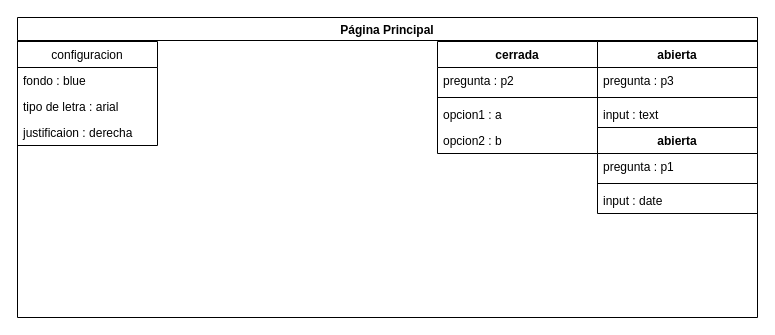
Above: Proyecto_Tedecoco.drawio.xml in joscanoga/tedecoco (draw.io), before the change. Source tidied: cells renumbered, new cells numbered last; positions are measured from the earlier drawing's top-left corner, leaving out a move shared by most shapes. Both pictures are drawn from the tidied source at 100%, with x=0, y=0 at pixel (17, 17).
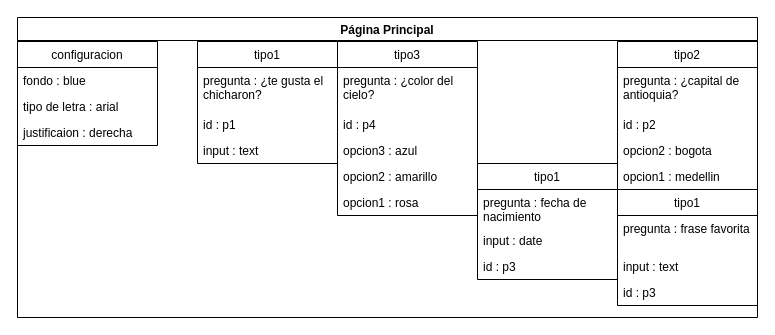
The same diagram, later.

Unchanged cells that the change refers to:
```xml
<mxCell id="2" value="Página Principal" style="swimlane;" parent="1" vertex="1">
  <mxGeometry width="740" height="300" as="geometry" />
</mxCell>
```

What changed in the source:
```diff
@@
-    <mxCell id="3" value="abierta" style="swimlane;fontStyle=1;align=center;verticalAlign=top;horizontal=1;startSize=26;" parent="2" vertex="1">
-      <mxGeometry x="580" y="24" width="160" height="86" as="geometry" />
-    </mxCell>
-    <mxCell id="4" value="pregunta : p3 " style="text;strokeColor=none;fillColor=none;align=left;verticalAlign=top;spacingLeft=4;spacingRight=4;overflow=hidden;" parent="3" vertex="1">
-      <mxGeometry y="26" width="160" height="26" as="geometry" />
-    </mxCell>
-    <mxCell id="5" style="line;strokeWidth=1;fillColor=none;align=left;verticalAlign=middle;spacingTop=-1;spacingLeft=3;spacingRight=3;labelPosition=right;" parent="3" vertex="1">
-      <mxGeometry y="52" width="160" height="8" as="geometry" />
-    </mxCell>
-    <mxCell id="6" value="input : text" style="text;strokeColor=none;fillColor=none;align=left;verticalAlign=top;spacingLeft=4;spacingRight=4;overflow=hidden;" parent="3" vertex="1">
-      <mxGeometry y="60" width="160" height="26" as="geometry" />
-    </mxCell>
@@
-    <mxCell id="11" value="cerrada" style="swimlane;fontStyle=1;align=center;verticalAlign=top;horizontal=1;startSize=26;" parent="2" vertex="1">
-      <mxGeometry x="420" y="24" width="160" height="112" as="geometry" />
-    </mxCell>
+    <mxCell id="20" value="tipo2" style="swimlane;fontStyle=0;horizontal=1;startSize=26;fillColor=none;labelBorderColor=none;html=0;" parent="2" vertex="1">
+      <mxGeometry x="600" y="24" width="140" height="148" as="geometry" />
+    </mxCell>
-    <mxCell id="12" value="pregunta : p2" style="text;strokeColor=none;fillColor=none;align=left;verticalAlign=top;spacingLeft=4;spacingRight=4;overflow=hidden;" parent="11" vertex="1">
-      <mxGeometry y="26" width="160" height="26" as="geometry" />
+    <mxCell id="12" value="pregunta : ¿capital de antioquia?" style="text;strokeColor=none;fillColor=none;align=left;verticalAlign=top;spacingLeft=4;spacingRight=4;overflow=hidden;labelBorderColor=none;whiteSpace=wrap;" parent="20" vertex="1">
+      <mxGeometry y="26" width="140" height="44" as="geometry" />
     </mxCell>
-    <mxCell id="13" style="line;strokeWidth=1;fillColor=none;align=left;verticalAlign=middle;spacingTop=-1;spacingLeft=3;spacingRight=3;labelPosition=right;" parent="11" vertex="1">
-      <mxGeometry y="52" width="160" height="8" as="geometry" />
-    </mxCell>
+    <mxCell id="21" value="id : p2" style="text;strokeColor=none;fillColor=none;align=left;verticalAlign=top;spacingLeft=4;spacingRight=4;overflow=hidden;" parent="20" vertex="1">
+      <mxGeometry y="70" width="140" height="26" as="geometry" />
+    </mxCell>
+    <mxCell id="15" value="opcion2 : bogota" style="text;strokeColor=none;fillColor=none;align=left;verticalAlign=top;spacingLeft=4;spacingRight=4;overflow=hidden;" parent="20" vertex="1">
+      <mxGeometry y="96" width="140" height="26" as="geometry" />
+    </mxCell>
-    <mxCell id="14" value="opcion1 : a" style="text;strokeColor=none;fillColor=none;align=left;verticalAlign=top;spacingLeft=4;spacingRight=4;overflow=hidden;" parent="11" vertex="1">
-      <mxGeometry y="60" width="160" height="26" as="geometry" />
+    <mxCell id="14" value="opcion1 : medellin" style="text;strokeColor=none;fillColor=none;align=left;verticalAlign=top;spacingLeft=4;spacingRight=4;overflow=hidden;" parent="20" vertex="1">
+      <mxGeometry y="122" width="140" height="26" as="geometry" />
     </mxCell>
-    <mxCell id="15" value="opcion2 : b" style="text;strokeColor=none;fillColor=none;align=left;verticalAlign=top;spacingLeft=4;spacingRight=4;overflow=hidden;" parent="11" vertex="1">
-      <mxGeometry y="86" width="160" height="26" as="geometry" />
-    </mxCell>
-    <mxCell id="16" value="abierta" style="swimlane;fontStyle=1;align=center;verticalAlign=top;horizontal=1;startSize=26;" parent="2" vertex="1">
-      <mxGeometry x="580" y="110" width="160" height="86" as="geometry" />
-    </mxCell>
+    <mxCell id="22" value="tipo1" style="swimlane;fontStyle=0;horizontal=1;startSize=26;fillColor=none;labelBorderColor=none;html=0;" parent="2" vertex="1">
+      <mxGeometry x="180" y="24" width="140" height="122" as="geometry" />
+    </mxCell>
+    <mxCell id="4" value="pregunta : ¿te gusta el chicharon?" style="text;strokeColor=none;fillColor=none;align=left;verticalAlign=top;spacingLeft=4;spacingRight=4;overflow=hidden;whiteSpace=wrap;" parent="22" vertex="1">
+      <mxGeometry y="26" width="140" height="44" as="geometry" />
+    </mxCell>
+    <mxCell id="23" value="id : p1" style="text;strokeColor=none;fillColor=none;align=left;verticalAlign=top;spacingLeft=4;spacingRight=4;overflow=hidden;" parent="22" vertex="1">
+      <mxGeometry y="70" width="140" height="26" as="geometry" />
+    </mxCell>
+    <mxCell id="6" value="input : text" style="text;strokeColor=none;fillColor=none;align=left;verticalAlign=top;spacingLeft=4;spacingRight=4;overflow=hidden;" parent="22" vertex="1">
+      <mxGeometry y="96" width="140" height="26" as="geometry" />
+    </mxCell>
+    <mxCell id="24" value="tipo1" style="swimlane;fontStyle=0;horizontal=1;startSize=26;fillColor=none;labelBorderColor=none;html=0;" parent="2" vertex="1">
+      <mxGeometry x="460" y="146" width="140" height="116" as="geometry" />
+    </mxCell>
-    <mxCell id="17" value="pregunta :  p1" style="text;strokeColor=none;fillColor=none;align=left;verticalAlign=top;spacingLeft=4;spacingRight=4;overflow=hidden;" parent="16" vertex="1">
-      <mxGeometry y="26" width="160" height="26" as="geometry" />
+    <mxCell id="17" value="pregunta :  fecha de nacimiento" style="text;strokeColor=none;fillColor=none;align=left;verticalAlign=top;spacingLeft=4;spacingRight=4;overflow=hidden;whiteSpace=wrap;" parent="24" vertex="1">
+      <mxGeometry y="26" width="140" height="38" as="geometry" />
     </mxCell>
-    <mxCell id="18" style="line;strokeWidth=1;fillColor=none;align=left;verticalAlign=middle;spacingTop=-1;spacingLeft=3;spacingRight=3;labelPosition=right;" parent="16" vertex="1">
-      <mxGeometry y="52" width="160" height="8" as="geometry" />
-    </mxCell>
-    <mxCell id="19" value="input : date" style="text;strokeColor=none;fillColor=none;align=left;verticalAlign=top;spacingLeft=4;spacingRight=4;overflow=hidden;" parent="16" vertex="1">
-      <mxGeometry y="60" width="160" height="26" as="geometry" />
+    <mxCell id="19" value="input : date" style="text;strokeColor=none;fillColor=none;align=left;verticalAlign=top;spacingLeft=4;spacingRight=4;overflow=hidden;" parent="24" vertex="1">
+      <mxGeometry y="64" width="140" height="26" as="geometry" />
     </mxCell>
+    <mxCell id="25" value="id : p3" style="text;strokeColor=none;fillColor=none;align=left;verticalAlign=top;spacingLeft=4;spacingRight=4;overflow=hidden;" parent="24" vertex="1">
+      <mxGeometry y="90" width="140" height="26" as="geometry" />
+    </mxCell>
+    <mxCell id="26" value="tipo1" style="swimlane;fontStyle=0;horizontal=1;startSize=26;fillColor=none;labelBorderColor=none;html=0;" parent="2" vertex="1">
+      <mxGeometry x="600" y="172" width="140" height="116" as="geometry" />
+    </mxCell>
+    <mxCell id="27" value="pregunta :  frase favorita" style="text;strokeColor=none;fillColor=none;align=left;verticalAlign=top;spacingLeft=4;spacingRight=4;overflow=hidden;whiteSpace=wrap;" parent="26" vertex="1">
+      <mxGeometry y="26" width="140" height="38" as="geometry" />
+    </mxCell>
+    <mxCell id="28" value="input : text" style="text;strokeColor=none;fillColor=none;align=left;verticalAlign=top;spacingLeft=4;spacingRight=4;overflow=hidden;" parent="26" vertex="1">
+      <mxGeometry y="64" width="140" height="26" as="geometry" />
+    </mxCell>
+    <mxCell id="29" value="id : p3" style="text;strokeColor=none;fillColor=none;align=left;verticalAlign=top;spacingLeft=4;spacingRight=4;overflow=hidden;" parent="26" vertex="1">
+      <mxGeometry y="90" width="140" height="26" as="geometry" />
+    </mxCell>
+    <mxCell id="30" value="tipo3" style="swimlane;fontStyle=0;horizontal=1;startSize=26;fillColor=none;labelBorderColor=none;html=0;" parent="2" vertex="1">
+      <mxGeometry x="320" y="24" width="140" height="174" as="geometry" />
+    </mxCell>
+    <mxCell id="31" value="pregunta : ¿color del cielo?" style="text;strokeColor=none;fillColor=none;align=left;verticalAlign=top;spacingLeft=4;spacingRight=4;overflow=hidden;labelBorderColor=none;whiteSpace=wrap;" parent="30" vertex="1">
+      <mxGeometry y="26" width="140" height="44" as="geometry" />
+    </mxCell>
+    <mxCell id="32" value="id : p4" style="text;strokeColor=none;fillColor=none;align=left;verticalAlign=top;spacingLeft=4;spacingRight=4;overflow=hidden;" parent="30" vertex="1">
+      <mxGeometry y="70" width="140" height="26" as="geometry" />
+    </mxCell>
+    <mxCell id="33" value="opcion3 : azul " style="text;strokeColor=none;fillColor=none;align=left;verticalAlign=top;spacingLeft=4;spacingRight=4;overflow=hidden;" parent="30" vertex="1">
+      <mxGeometry y="96" width="140" height="26" as="geometry" />
+    </mxCell>
+    <mxCell id="34" value="opcion2 : amarillo" style="text;strokeColor=none;fillColor=none;align=left;verticalAlign=top;spacingLeft=4;spacingRight=4;overflow=hidden;" parent="30" vertex="1">
+      <mxGeometry y="122" width="140" height="26" as="geometry" />
+    </mxCell>
+    <mxCell id="35" value="opcion1 : rosa" style="text;strokeColor=none;fillColor=none;align=left;verticalAlign=top;spacingLeft=4;spacingRight=4;overflow=hidden;" parent="30" vertex="1">
+      <mxGeometry y="148" width="140" height="26" as="geometry" />
+    </mxCell>
```
